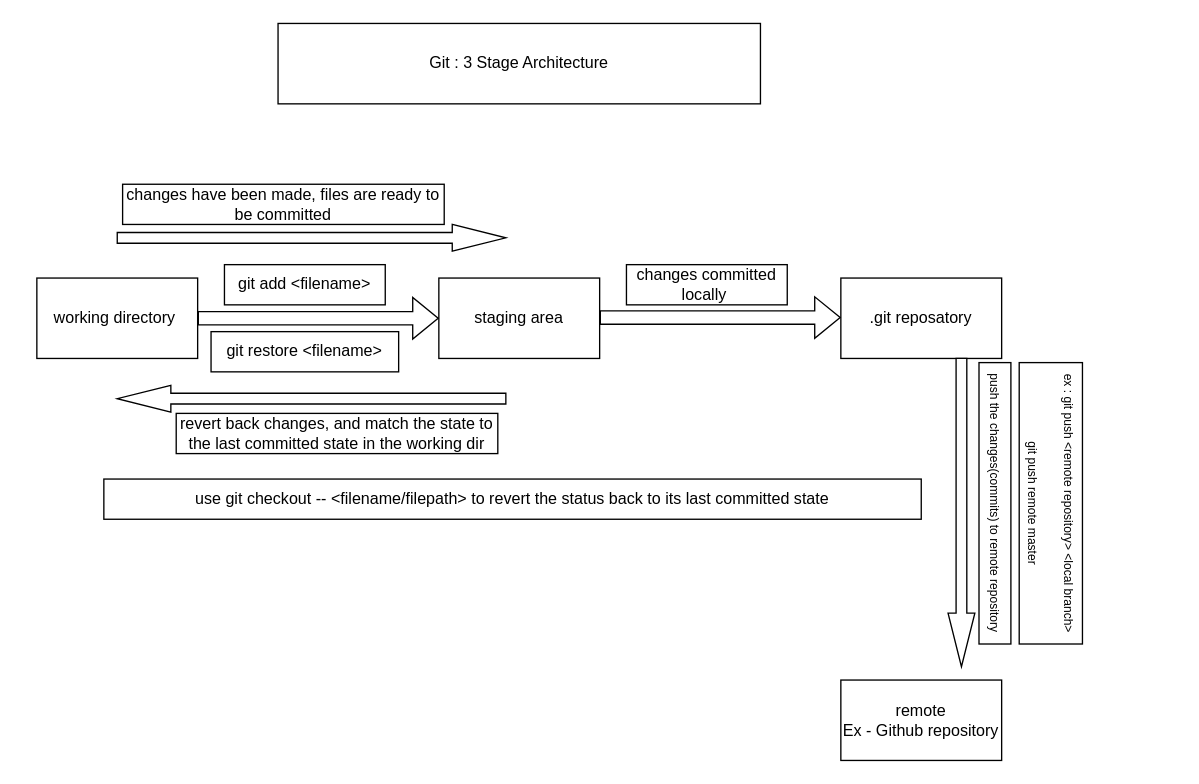
The draw.io diagram Git_architecture.drawio in mj111312/learning-Git, before the edit. Source tidied: cells renumbered, new cells numbered last; positions are measured from the earlier drawing's top-left corner, leaving out a move shared by most shapes. Both pictures are drawn from the tidied source at 134%, with x=0, y=0 at pixel (36, 23).
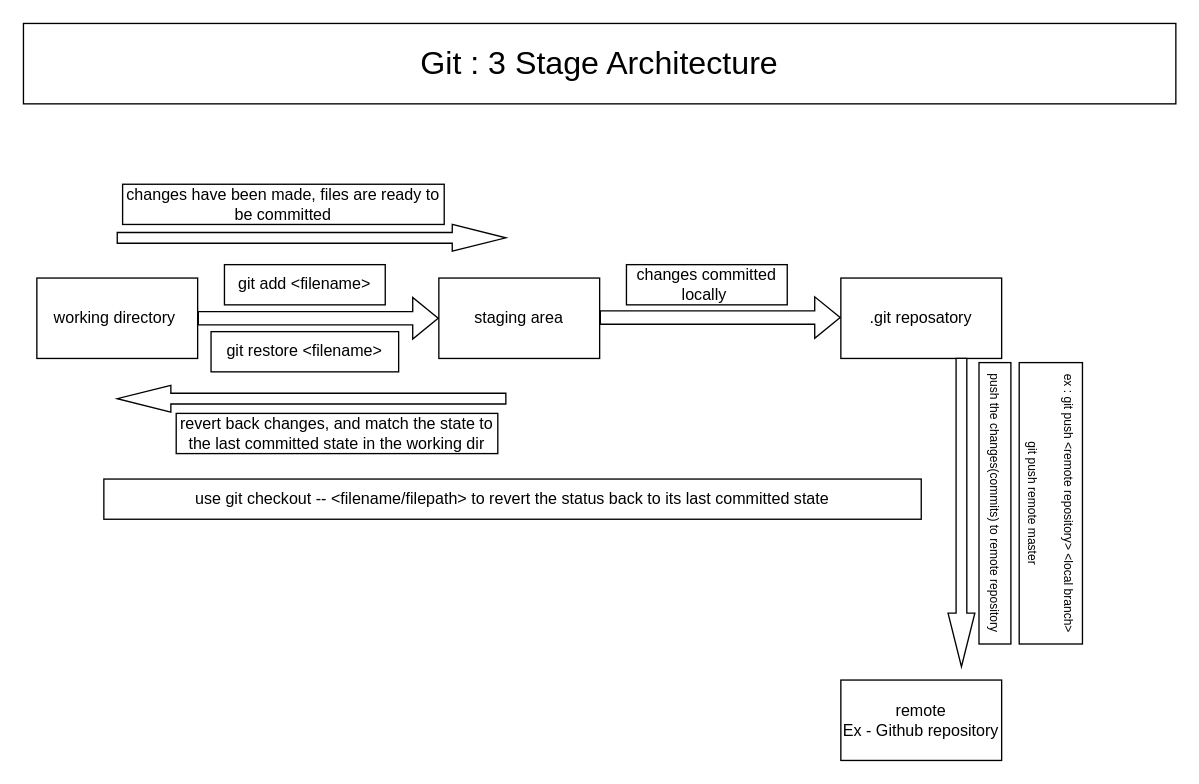
The same page after the edit.

Commit message (it also covers changes not shown here):
changed the header design in the architecture diagram

The edit, as a diff of the source:
```diff
@@
-    <mxCell id="7" value="Git : 3 Stage Architecture" style="rounded=0;whiteSpace=wrap;html=1;" parent="1" vertex="1">
-      <mxGeometry x="180" width="360" height="60" as="geometry" />
+    <mxCell id="7" value="&lt;font style=&quot;font-size: 24px;&quot;&gt;Git : 3 Stage Architecture&lt;/font&gt;" style="rounded=0;whiteSpace=wrap;html=1;" parent="1" vertex="1">
+      <mxGeometry x="-10" width="860" height="60" as="geometry" />
     </mxCell>
```
